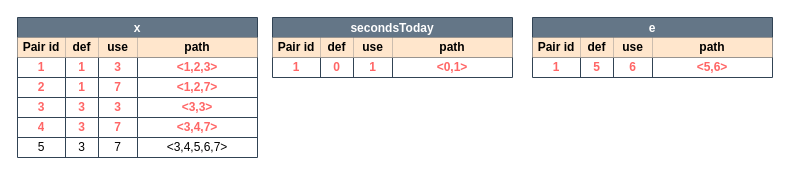
The draw.io diagram page "All-uses" (4 of 6) of docs/08_assignment/figures/getSecondsToday.drawio in Jumaruba/jtimesched, before the edit. Source tidied: cells renumbered, new cells numbered last; positions are measured from the earlier drawing's top-left corner, leaving out a move shared by most shapes. Both pictures are drawn from the tidied source at 100%, with x=0, y=0 at pixel (17, 17).
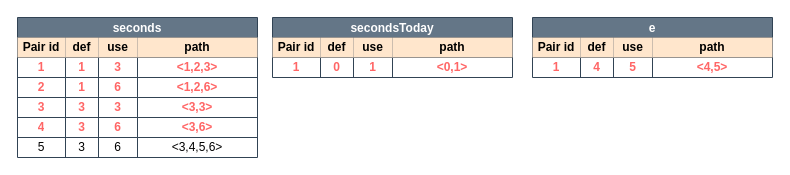
The same page after the edit.

The change refers to these unchanged cells:
```xml
<mxCell id="13" style="shape=partialRectangle;html=1;whiteSpace=wrap;fillColor=none;top=0;left=0;bottom=0;right=0;labelBackgroundColor=none;fontSize=12;" parent="2" vertex="1">
  <mxGeometry y="60" width="240" height="20" as="geometry" />
</mxCell>
<mxCell id="23" style="shape=partialRectangle;html=1;whiteSpace=wrap;fillColor=none;top=0;left=0;bottom=0;right=0;labelBackgroundColor=none;fontSize=12;" parent="2" vertex="1">
  <mxGeometry y="100" width="240" height="20" as="geometry" />
</mxCell>
<mxCell id="28" style="shape=partialRectangle;html=1;whiteSpace=wrap;fillColor=none;top=0;left=0;bottom=0;right=0;labelBackgroundColor=none;fontSize=12;fontStyle=0;" parent="2" vertex="1">
  <mxGeometry y="120" width="240" height="20" as="geometry" />
</mxCell>
<mxCell id="50" style="shape=partialRectangle;html=1;whiteSpace=wrap;fillColor=none;top=0;left=0;bottom=0;right=0;labelBackgroundColor=none;fontSize=12;" parent="44" vertex="1">
  <mxGeometry y="40" width="240" height="20" as="geometry" />
</mxCell>
```

What changed in the source:
```diff
@@
-    <mxCell id="2" value="x" style="shape=table;startSize=20;childLayout=tableLayout;fontStyle=1;align=center;labelBackgroundColor=none;fontSize=12;fillColor=#647687;fontColor=#ffffff;strokeColor=#314354;" parent="1" vertex="1">
+    <mxCell id="2" value="seconds" style="shape=table;startSize=20;childLayout=tableLayout;fontStyle=1;align=center;labelBackgroundColor=none;fontSize=12;fillColor=#647687;fontColor=#ffffff;strokeColor=#314354;" parent="1" vertex="1">
       <mxGeometry width="240" height="140" as="geometry" />
     </mxCell>
@@
-    <mxCell id="16" value="7" style="shape=partialRectangle;html=1;whiteSpace=wrap;fillColor=none;top=0;left=0;bottom=0;right=0;overflow=hidden;labelBackgroundColor=none;fontSize=12;fontStyle=1;fontColor=#FF6666;" parent="13" vertex="1">
+    <mxCell id="16" value="6" style="shape=partialRectangle;html=1;whiteSpace=wrap;fillColor=none;top=0;left=0;bottom=0;right=0;overflow=hidden;labelBackgroundColor=none;fontSize=12;fontStyle=1;fontColor=#FF6666;" parent="13" vertex="1">
       <mxGeometry x="81" width="39" height="20" as="geometry" />
     </mxCell>
-    <mxCell id="17" value="&amp;lt;1,2,7&amp;gt;" style="shape=partialRectangle;html=1;whiteSpace=wrap;fillColor=none;top=0;left=0;bottom=0;right=0;overflow=hidden;labelBackgroundColor=none;fontSize=12;fontStyle=1;fontColor=#FF6666;" parent="13" vertex="1">
+    <mxCell id="17" value="&amp;lt;1,2,6&amp;gt;" style="shape=partialRectangle;html=1;whiteSpace=wrap;fillColor=none;top=0;left=0;bottom=0;right=0;overflow=hidden;labelBackgroundColor=none;fontSize=12;fontStyle=1;fontColor=#FF6666;" parent="13" vertex="1">
       <mxGeometry x="120" width="120" height="20" as="geometry" />
     </mxCell>
@@
-    <mxCell id="26" value="7" style="shape=partialRectangle;html=1;whiteSpace=wrap;fillColor=none;top=0;left=0;bottom=0;right=0;overflow=hidden;labelBackgroundColor=none;fontSize=12;fontStyle=1;fontColor=#FF6666;" parent="23" vertex="1">
+    <mxCell id="26" value="6" style="shape=partialRectangle;html=1;whiteSpace=wrap;fillColor=none;top=0;left=0;bottom=0;right=0;overflow=hidden;labelBackgroundColor=none;fontSize=12;fontStyle=1;fontColor=#FF6666;" parent="23" vertex="1">
       <mxGeometry x="81" width="39" height="20" as="geometry" />
     </mxCell>
-    <mxCell id="27" value="&amp;lt;3,4,7&amp;gt;" style="shape=partialRectangle;html=1;whiteSpace=wrap;fillColor=none;top=0;left=0;bottom=0;right=0;overflow=hidden;labelBackgroundColor=none;fontSize=12;fontStyle=1;fontColor=#FF6666;" parent="23" vertex="1">
+    <mxCell id="27" value="&amp;lt;3,6&amp;gt;" style="shape=partialRectangle;html=1;whiteSpace=wrap;fillColor=none;top=0;left=0;bottom=0;right=0;overflow=hidden;labelBackgroundColor=none;fontSize=12;fontStyle=1;fontColor=#FF6666;" parent="23" vertex="1">
       <mxGeometry x="120" width="120" height="20" as="geometry" />
     </mxCell>
@@
-    <mxCell id="31" value="7" style="shape=partialRectangle;html=1;whiteSpace=wrap;fillColor=none;top=0;left=0;bottom=0;right=0;overflow=hidden;labelBackgroundColor=none;fontSize=12;fontStyle=0;fontColor=#000000;" parent="28" vertex="1">
+    <mxCell id="31" value="6" style="shape=partialRectangle;html=1;whiteSpace=wrap;fillColor=none;top=0;left=0;bottom=0;right=0;overflow=hidden;labelBackgroundColor=none;fontSize=12;fontStyle=0;fontColor=#000000;" parent="28" vertex="1">
       <mxGeometry x="81" width="39" height="20" as="geometry" />
     </mxCell>
-    <mxCell id="32" value="&amp;lt;3,4,5,6,7&amp;gt;" style="shape=partialRectangle;html=1;whiteSpace=wrap;fillColor=none;top=0;left=0;bottom=0;right=0;overflow=hidden;labelBackgroundColor=none;fontSize=12;fontStyle=0;fontColor=#000000;" parent="28" vertex="1">
+    <mxCell id="32" value="&amp;lt;3,4,5,6&amp;gt;" style="shape=partialRectangle;html=1;whiteSpace=wrap;fillColor=none;top=0;left=0;bottom=0;right=0;overflow=hidden;labelBackgroundColor=none;fontSize=12;fontStyle=0;fontColor=#000000;" parent="28" vertex="1">
       <mxGeometry x="120" width="120" height="20" as="geometry" />
     </mxCell>
@@
-    <mxCell id="52" value="5" style="shape=partialRectangle;html=1;whiteSpace=wrap;fillColor=none;top=0;left=0;bottom=0;right=0;overflow=hidden;labelBackgroundColor=none;fontSize=12;fontStyle=1;fontColor=#FF6666;" parent="50" vertex="1">
+    <mxCell id="52" value="4" style="shape=partialRectangle;html=1;whiteSpace=wrap;fillColor=none;top=0;left=0;bottom=0;right=0;overflow=hidden;labelBackgroundColor=none;fontSize=12;fontStyle=1;fontColor=#FF6666;" parent="50" vertex="1">
       <mxGeometry x="48" width="33" height="20" as="geometry" />
     </mxCell>
-    <mxCell id="53" value="6" style="shape=partialRectangle;html=1;whiteSpace=wrap;fillColor=none;top=0;left=0;bottom=0;right=0;overflow=hidden;labelBackgroundColor=none;fontSize=12;fontStyle=1;fontColor=#FF6666;" parent="50" vertex="1">
+    <mxCell id="53" value="5" style="shape=partialRectangle;html=1;whiteSpace=wrap;fillColor=none;top=0;left=0;bottom=0;right=0;overflow=hidden;labelBackgroundColor=none;fontSize=12;fontStyle=1;fontColor=#FF6666;" parent="50" vertex="1">
       <mxGeometry x="81" width="39" height="20" as="geometry" />
     </mxCell>
-    <mxCell id="54" value="&amp;lt;5,6&amp;gt;" style="shape=partialRectangle;html=1;whiteSpace=wrap;fillColor=none;top=0;left=0;bottom=0;right=0;overflow=hidden;labelBackgroundColor=none;fontSize=12;fontStyle=1;fontColor=#FF6666;" parent="50" vertex="1">
+    <mxCell id="54" value="&amp;lt;4,5&amp;gt;" style="shape=partialRectangle;html=1;whiteSpace=wrap;fillColor=none;top=0;left=0;bottom=0;right=0;overflow=hidden;labelBackgroundColor=none;fontSize=12;fontStyle=1;fontColor=#FF6666;" parent="50" vertex="1">
       <mxGeometry x="120" width="120" height="20" as="geometry" />
     </mxCell>
```
